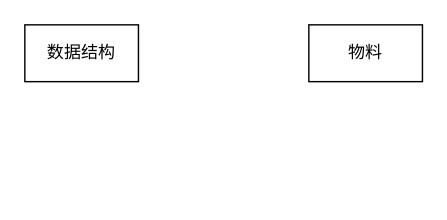
Earlier version of the draw.io diagram draw/lowcode.drawio (BxcGit/draw). Source tidied: cells renumbered, new cells numbered last; positions are measured from the earlier drawing's top-left corner, leaving out a move shared by most shapes. Both pictures are drawn from the tidied source at 142%, with x=0, y=0 at pixel (24, 24).
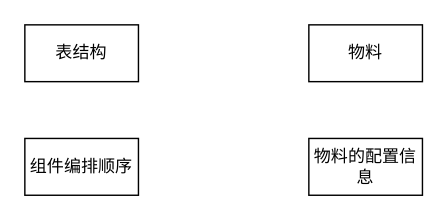
After the change.

What changed in the source:
```diff
@@
 <mxGraphModel>
   <root>
     <mxCell id="0" />
     <mxCell id="1" parent="0" />
-    <mxCell id="2" value="数据结构" style="rounded=0;whiteSpace=wrap;html=1;" parent="1" vertex="1">
+    <mxCell id="2" value="表结构" style="rounded=0;whiteSpace=wrap;html=1;" parent="1" vertex="1">
       <mxGeometry width="80" height="40" as="geometry" />
     </mxCell>
     <mxCell id="3" value="物料" style="rounded=0;whiteSpace=wrap;html=1;" parent="1" vertex="1">
       <mxGeometry x="200" width="80" height="40" as="geometry" />
     </mxCell>
+    <mxCell id="4" value="组件编排顺序" style="rounded=0;whiteSpace=wrap;html=1;" parent="1" vertex="1">
+      <mxGeometry y="80" width="80" height="40" as="geometry" />
+    </mxCell>
+    <mxCell id="5" value="物料的配置信息" style="rounded=0;whiteSpace=wrap;html=1;" parent="1" vertex="1">
+      <mxGeometry x="200" y="80" width="80" height="40" as="geometry" />
+    </mxCell>
   </root>
 </mxGraphModel>
```
